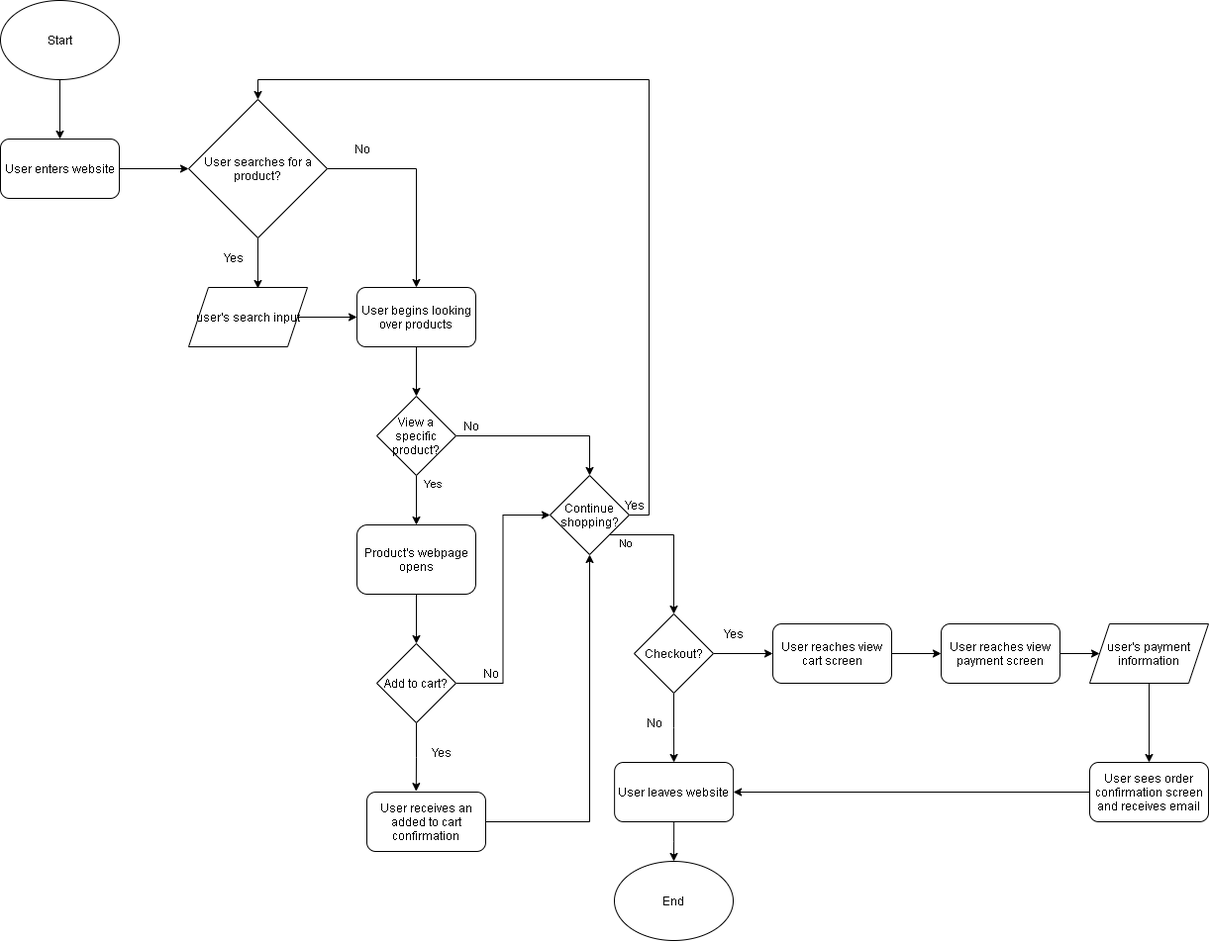
The draw.io diagram explore/diagramming/diagram.drawio.png in annahsieh/fa21-cse110-lab4, before a commit. Source tidied: cells renumbered, new cells last; positions are measured from the earlier drawing's top-left corner, leaving out a move shared by most shapes.
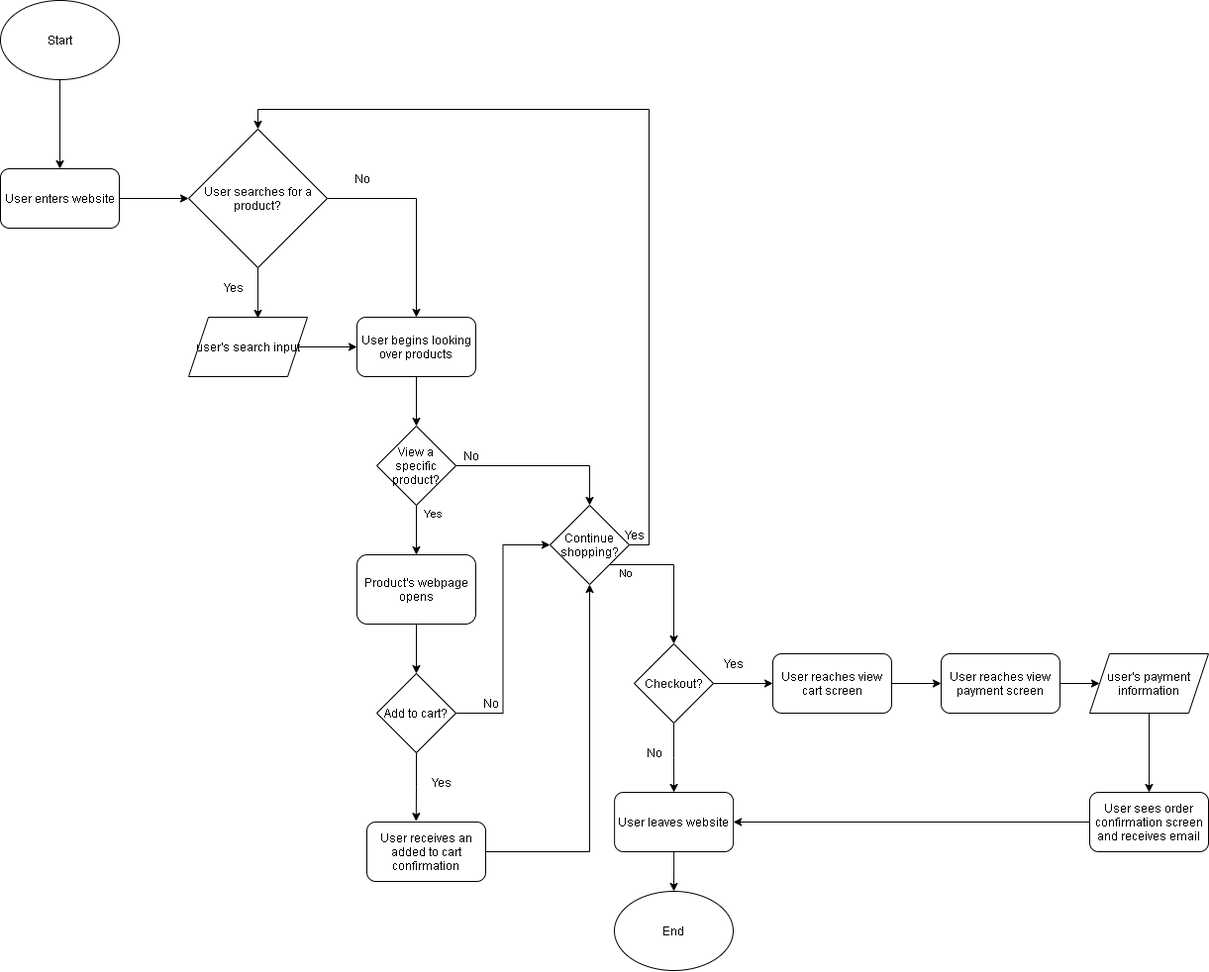
After the change.

What changed in the source:
```diff
@@ -2,11 +2,6 @@
   <root>
     <mxCell id="0" />
     <mxCell id="1" parent="0" />
-    <mxCell id="2" style="edgeStyle=orthogonalEdgeStyle;rounded=0;jettySize=auto;html=1;exitX=0.5;exitY=1;exitDx=0;exitDy=0;entryX=0.5;entryY=0;entryDx=0;entryDy=0;" parent="1" edge="1" target="4">
-      <mxGeometry relative="1" as="geometry">
-        <mxPoint x="60" y="80" as="sourcePoint" />
-      </mxGeometry>
-    </mxCell>
     <mxCell id="3" style="edgeStyle=orthogonalEdgeStyle;rounded=0;jettySize=auto;html=1;exitX=1;exitY=0.5;exitDx=0;exitDy=0;" parent="1" edge="1" source="4" target="7">
       <mxGeometry relative="1" as="geometry" />
     </mxCell>
@@ -145,8 +140,11 @@
     <mxCell id="48" value="User sees order confirmation screen and receives email" style="rounded=1;whiteSpace=wrap;html=1;" parent="1" vertex="1">
       <mxGeometry x="1100" y="770" width="120" height="60" as="geometry" />
     </mxCell>
+    <mxCell id="50" style="edgeStyle=orthogonalEdgeStyle;rounded=0;jettySize=auto;html=1;exitX=0.5;exitY=1;exitDx=0;exitDy=0;entryX=0.5;entryY=0;entryDx=0;entryDy=0;" parent="1" edge="1" source="49" target="4">
+      <mxGeometry relative="1" as="geometry" />
+    </mxCell>
     <mxCell id="49" value="Start" style="ellipse;whiteSpace=wrap;html=1;" parent="1" vertex="1">
-      <mxGeometry width="120" height="80" as="geometry" />
+      <mxGeometry y="-30" width="120" height="80" as="geometry" />
     </mxCell>
   </root>
 </mxGraphModel>
```
